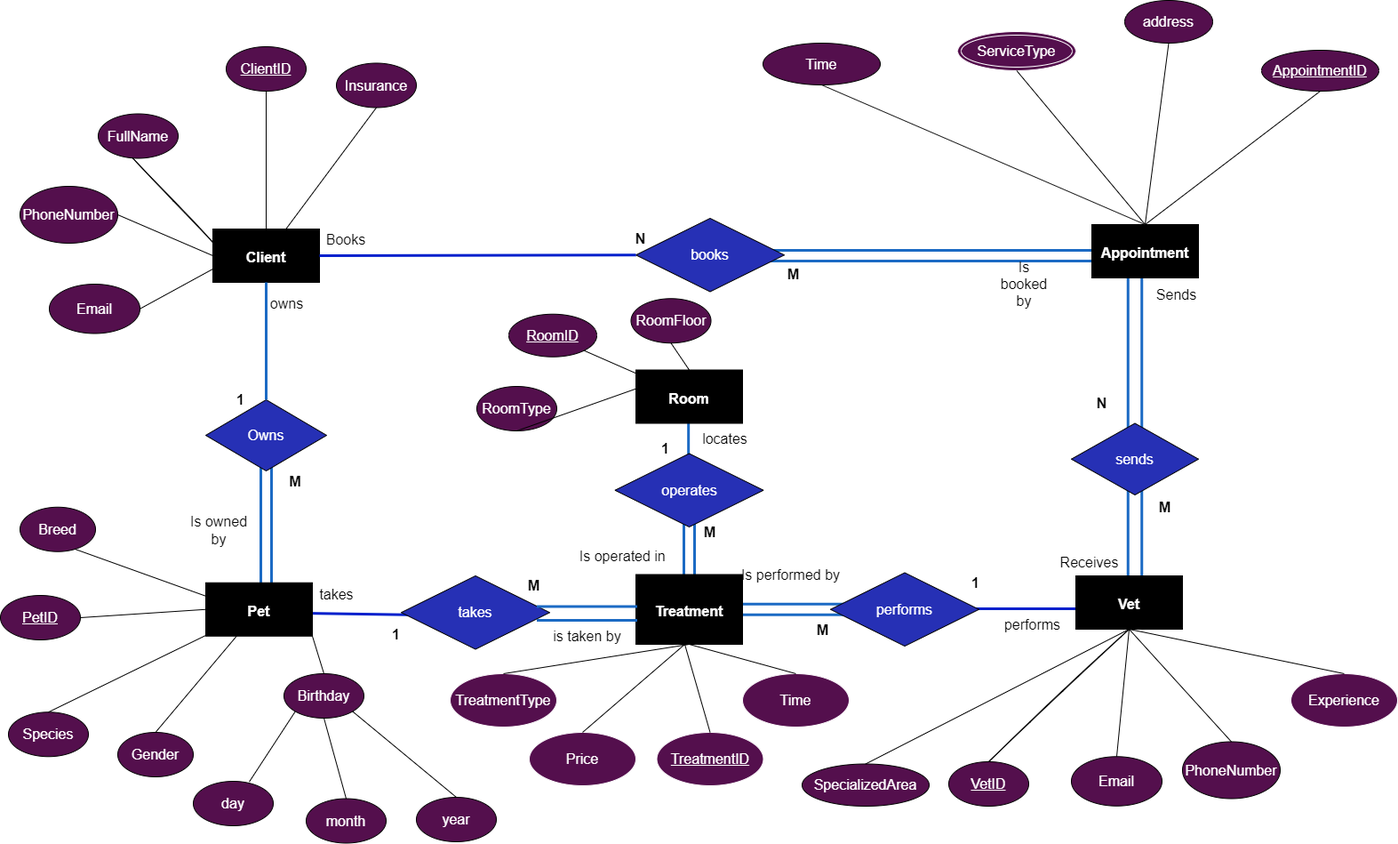
tomztz/SQL-Pet-Clinic keeps this draw.io diagram as PetClinic.drawio.png. Above is the earlier version. Source tidied: cells renumbered, new cells last; positions are measured from the earlier drawing's top-left corner, leaving out a move shared by most shapes.
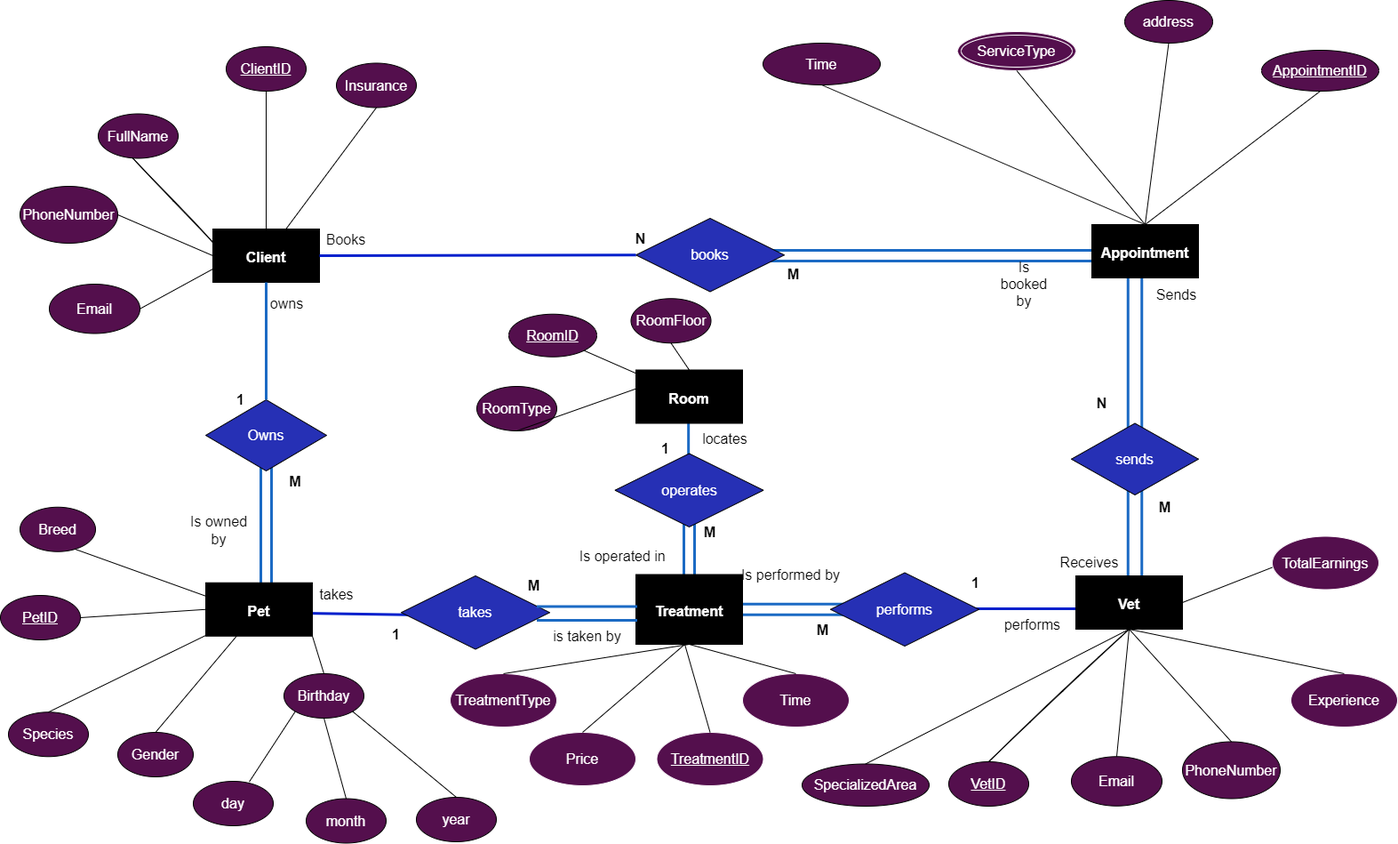
The same diagram one commit later.

Change to the diagram source:
```diff
@@ -336,5 +336,13 @@
     <mxCell id="108" style="endArrow=none;html=1;rounded=0;shadow=0;sketch=0;fontSize=16;fontColor=#FFFFFF;startSize=6;endSize=6;sourcePerimeterSpacing=0;targetPerimeterSpacing=0;strokeColor=#000000;strokeWidth=1;jumpSize=6;entryX=0.5;entryY=0;entryDx=0;entryDy=0;exitX=0.5;exitY=1;exitDx=0;exitDy=0;" parent="1" edge="1" source="76" target="104">
       <mxGeometry relative="1" as="geometry" />
     </mxCell>
+    <mxCell id="109" style="endArrow=none;html=1;rounded=0;sketch=0;fontSize=16;fontColor=#000000;startSize=6;endSize=6;sourcePerimeterSpacing=0;targetPerimeterSpacing=0;strokeWidth=1;jumpSize=6;exitX=1;exitY=0.5;exitDx=0;exitDy=0;entryX=0;entryY=0.5;entryDx=0;entryDy=0;" parent="1" edge="1" source="14">
+      <mxGeometry relative="1" as="geometry">
+        <mxPoint x="1440" y="634" as="targetPoint" />
+      </mxGeometry>
+    </mxCell>
+    <mxCell id="110" value="TotalEarnings" style="ellipse;whiteSpace=wrap;html=1;labelBorderColor=none;fontSize=16;fontColor=#FFFFFF;strokeColor=#FFFFFF;strokeWidth=1;fillColor=#540F4D;" parent="1" vertex="1">
+      <mxGeometry x="1431" y="602.5" width="120" height="60" as="geometry" />
+    </mxCell>
   </root>
 </mxGraphModel>
```
